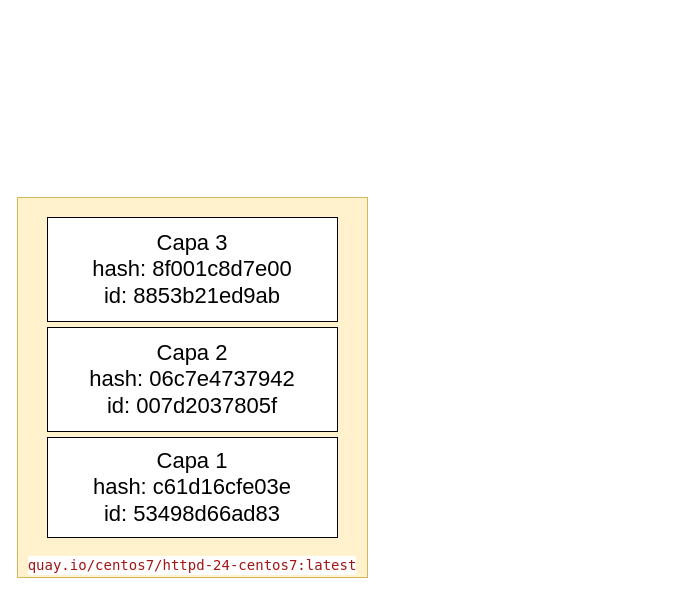
Earlier version of the draw.io diagram contenido/modulo3/img/images2.drawio (josedom24/curso_podman_ow). Source tidied: cells renumbered, new cells numbered last; positions are measured from the earlier drawing's top-left corner, leaving out a move shared by most shapes. Both pictures are drawn from the tidied source at 100%, with x=0, y=0 at pixel (17, 197).
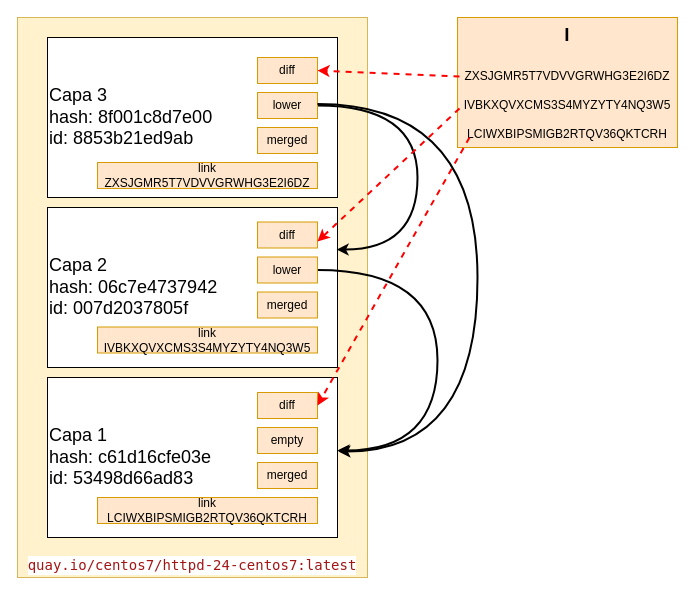
The same diagram, later.

Diff of the diagram source:
```diff
@@
     <mxCell id="2" value="&lt;div style=&quot;color: #000000;background-color: #ffffff;font-family: 'Droid Sans Mono', 'monospace', monospace;font-weight: normal;font-size: 14px;line-height: 19px;white-space: pre;&quot;&gt;&lt;div&gt;&lt;span style=&quot;color: #a31515;&quot;&gt;quay.io/centos7/httpd-24-centos7:latest&lt;/span&gt;&lt;/div&gt;&lt;/div&gt;" style="rounded=0;whiteSpace=wrap;html=1;fillColor=#fff2cc;strokeColor=#d6b656;verticalAlign=bottom;" parent="1" vertex="1">
-      <mxGeometry width="350" height="380" as="geometry" />
+      <mxGeometry y="-180" width="350" height="560" as="geometry" />
     </mxCell>
-    <mxCell id="3" value="&lt;div style=&quot;font-size: 22px;&quot;&gt;Capa 1&lt;/div&gt;&lt;div style=&quot;font-size: 22px;&quot;&gt;hash: c61d16cfe03e&lt;/div&gt;&lt;div&gt;id: 53498d66ad83&lt;/div&gt;" style="rounded=0;whiteSpace=wrap;html=1;align=center;fontSize=22;" parent="1" vertex="1">
-      <mxGeometry x="30" y="240" width="290" height="100" as="geometry" />
+    <mxCell id="3" value="&lt;div style=&quot;font-size: 18px;&quot;&gt;Capa 1&lt;/div&gt;&lt;div style=&quot;font-size: 18px;&quot;&gt;hash: c61d16cfe03e&lt;/div&gt;&lt;div style=&quot;font-size: 18px;&quot;&gt;id: 53498d66ad83&lt;/div&gt;" style="rounded=0;whiteSpace=wrap;html=1;align=left;fontSize=18;" parent="1" vertex="1">
+      <mxGeometry x="30" y="180" width="290" height="160" as="geometry" />
     </mxCell>
-    <mxCell id="4" value="&lt;div style=&quot;font-size: 22px;&quot;&gt;Capa 2&lt;br style=&quot;font-size: 22px;&quot;&gt;&lt;/div&gt;&lt;div style=&quot;font-size: 22px;&quot;&gt;hash: 06c7e4737942&lt;/div&gt;&lt;div&gt;id: 007d2037805f&lt;/div&gt;" style="rounded=0;whiteSpace=wrap;html=1;align=center;fontSize=22;" parent="1" vertex="1">
-      <mxGeometry x="30" y="130" width="290" height="104" as="geometry" />
+    <mxCell id="4" value="&lt;div style=&quot;font-size: 18px;&quot;&gt;Capa 2&lt;br style=&quot;font-size: 18px;&quot;&gt;&lt;/div&gt;&lt;div style=&quot;font-size: 18px;&quot;&gt;hash: 06c7e4737942&lt;/div&gt;&lt;div style=&quot;font-size: 18px;&quot;&gt;id: 007d2037805f&lt;/div&gt;" style="rounded=0;whiteSpace=wrap;html=1;align=left;fontSize=18;" parent="1" vertex="1">
+      <mxGeometry x="30" y="10" width="290" height="160" as="geometry" />
     </mxCell>
-    <mxCell id="5" value="&lt;div style=&quot;font-size: 22px;&quot;&gt;Capa 3&lt;br style=&quot;font-size: 22px;&quot;&gt;&lt;/div&gt;&lt;div style=&quot;font-size: 22px;&quot;&gt;hash: 8f001c8d7e00&lt;/div&gt;&lt;div style=&quot;font-size: 22px;&quot;&gt;id: 8853b21ed9ab&lt;/div&gt;" style="rounded=0;whiteSpace=wrap;html=1;align=center;fontSize=22;" parent="1" vertex="1">
-      <mxGeometry x="30" y="20" width="290" height="104" as="geometry" />
+    <mxCell id="5" value="&lt;div style=&quot;font-size: 18px;&quot;&gt;Capa 3&lt;br style=&quot;font-size: 18px;&quot;&gt;&lt;/div&gt;&lt;div style=&quot;font-size: 18px;&quot;&gt;hash: 8f001c8d7e00&lt;/div&gt;&lt;div style=&quot;font-size: 18px;&quot;&gt;id: 8853b21ed9ab&lt;/div&gt;" style="rounded=0;whiteSpace=wrap;html=1;align=left;fontSize=18;" parent="1" vertex="1">
+      <mxGeometry x="30" y="-160" width="290" height="160" as="geometry" />
     </mxCell>
+    <mxCell id="6" value="diff" style="rounded=0;whiteSpace=wrap;html=1;fillColor=#ffe6cc;strokeColor=#d79b00;" parent="1" vertex="1">
+      <mxGeometry x="240" y="195" width="60" height="26" as="geometry" />
+    </mxCell>
+    <mxCell id="7" value="empty" style="rounded=0;whiteSpace=wrap;html=1;fillColor=#ffe6cc;strokeColor=#d79b00;" parent="1" vertex="1">
+      <mxGeometry x="240" y="230" width="60" height="26" as="geometry" />
+    </mxCell>
+    <mxCell id="8" value="merged" style="rounded=0;whiteSpace=wrap;html=1;fillColor=#ffe6cc;strokeColor=#d79b00;" parent="1" vertex="1">
+      <mxGeometry x="240" y="265" width="60" height="26" as="geometry" />
+    </mxCell>
+    <mxCell id="9" value="&lt;div&gt;link&lt;/div&gt;&lt;div&gt;LCIWXBIPSMIGB2RTQV36QKTCRH&lt;/div&gt;" style="rounded=0;whiteSpace=wrap;html=1;fillColor=#ffe6cc;strokeColor=#d79b00;" parent="1" vertex="1">
+      <mxGeometry x="80" y="300" width="220" height="26" as="geometry" />
+    </mxCell>
+    <mxCell id="10" value="diff" style="rounded=0;whiteSpace=wrap;html=1;fillColor=#ffe6cc;strokeColor=#d79b00;" parent="1" vertex="1">
+      <mxGeometry x="240" y="24.5" width="60" height="26" as="geometry" />
+    </mxCell>
+    <mxCell id="11" style="edgeStyle=orthogonalEdgeStyle;rounded=0;jettySize=auto;html=1;entryX=1;entryY=0.456;entryDx=0;entryDy=0;entryPerimeter=0;strokeWidth=2;curved=1;" parent="1" edge="1" source="12" target="3">
+      <mxGeometry relative="1" as="geometry">
+        <Array as="points">
+          <mxPoint x="420" y="73" />
+          <mxPoint x="420" y="253" />
+        </Array>
+      </mxGeometry>
+    </mxCell>
+    <mxCell id="12" value="lower" style="rounded=0;whiteSpace=wrap;html=1;fillColor=#ffe6cc;strokeColor=#d79b00;" parent="1" vertex="1">
+      <mxGeometry x="240" y="59.5" width="60" height="26" as="geometry" />
+    </mxCell>
+    <mxCell id="13" value="merged" style="rounded=0;whiteSpace=wrap;html=1;fillColor=#ffe6cc;strokeColor=#d79b00;" parent="1" vertex="1">
+      <mxGeometry x="240" y="94.5" width="60" height="26" as="geometry" />
+    </mxCell>
+    <mxCell id="14" value="&lt;div&gt;link&lt;/div&gt;&lt;div&gt;IVBKXQVXCMS3S4MYZYTY4NQ3W5&lt;/div&gt;" style="rounded=0;whiteSpace=wrap;html=1;fillColor=#ffe6cc;strokeColor=#d79b00;" parent="1" vertex="1">
+      <mxGeometry x="80" y="129.5" width="220" height="26" as="geometry" />
+    </mxCell>
+    <mxCell id="15" value="diff" style="rounded=0;whiteSpace=wrap;html=1;fillColor=#ffe6cc;strokeColor=#d79b00;" parent="1" vertex="1">
+      <mxGeometry x="240" y="-140" width="60" height="26" as="geometry" />
+    </mxCell>
+    <mxCell id="16" style="edgeStyle=orthogonalEdgeStyle;rounded=0;jettySize=auto;html=1;entryX=0.997;entryY=0.388;entryDx=0;entryDy=0;entryPerimeter=0;strokeWidth=2;exitX=1;exitY=0.5;exitDx=0;exitDy=0;curved=1;endSize=6;" parent="1" edge="1" source="17">
+      <mxGeometry relative="1" as="geometry">
+        <mxPoint x="319.1" y="52.1" as="targetPoint" />
+        <Array as="points">
+          <mxPoint x="400" y="-92" />
+          <mxPoint x="400" y="52" />
+        </Array>
+      </mxGeometry>
+    </mxCell>
+    <mxCell id="17" value="lower" style="rounded=0;whiteSpace=wrap;html=1;fillColor=#ffe6cc;strokeColor=#d79b00;" parent="1" vertex="1">
+      <mxGeometry x="240" y="-105" width="60" height="26" as="geometry" />
+    </mxCell>
+    <mxCell id="18" value="merged" style="rounded=0;whiteSpace=wrap;html=1;fillColor=#ffe6cc;strokeColor=#d79b00;" parent="1" vertex="1">
+      <mxGeometry x="240" y="-70" width="60" height="26" as="geometry" />
+    </mxCell>
+    <mxCell id="19" value="&lt;div&gt;link&lt;/div&gt;&lt;div&gt;ZXSJGMR5T7VDVVGRWHG3E2I6DZ&lt;/div&gt;" style="rounded=0;whiteSpace=wrap;html=1;fillColor=#ffe6cc;strokeColor=#d79b00;" parent="1" vertex="1">
+      <mxGeometry x="80" y="-35" width="220" height="26" as="geometry" />
+    </mxCell>
+    <mxCell id="20" value="&lt;div&gt;&lt;b&gt;&lt;font style=&quot;font-size: 19px;&quot;&gt;l&lt;/font&gt;&lt;/b&gt;&lt;/div&gt;&lt;div&gt;&lt;b&gt;&lt;font style=&quot;font-size: 19px;&quot;&gt;&lt;br&gt;&lt;/font&gt;&lt;/b&gt;&lt;/div&gt;&lt;div&gt;ZXSJGMR5T7VDVVGRWHG3E2I6DZ&lt;/div&gt;&lt;div&gt;&lt;br&gt;&lt;/div&gt;&lt;div&gt;IVBKXQVXCMS3S4MYZYTY4NQ3W5&lt;/div&gt;&lt;div&gt;&lt;br&gt;&lt;/div&gt;&lt;div&gt;LCIWXBIPSMIGB2RTQV36QKTCRH&lt;/div&gt;" style="rounded=0;whiteSpace=wrap;html=1;fillColor=#ffe6cc;strokeColor=#d79b00;" parent="1" vertex="1">
+      <mxGeometry x="440" y="-180" width="220" height="130" as="geometry" />
+    </mxCell>
+    <mxCell id="21" style="edgeStyle=none;jettySize=auto;html=1;rounded=0;entryX=1;entryY=0.5;entryDx=0;entryDy=0;exitX=0.009;exitY=0.454;exitDx=0;exitDy=0;exitPerimeter=0;strokeWidth=2;strokeColor=#FF0000;dashed=1;" parent="1" edge="1" source="20" target="15">
+      <mxGeometry relative="1" as="geometry" />
+    </mxCell>
+    <mxCell id="22" style="edgeStyle=none;jettySize=auto;html=1;rounded=0;entryX=1;entryY=0.75;entryDx=0;entryDy=0;exitX=0.009;exitY=0.454;exitDx=0;exitDy=0;exitPerimeter=0;strokeWidth=2;strokeColor=#FF0000;dashed=1;" parent="1" edge="1" target="10">
+      <mxGeometry relative="1" as="geometry">
+        <mxPoint x="442" y="-89" as="sourcePoint" />
+      </mxGeometry>
+    </mxCell>
+    <mxCell id="23" style="edgeStyle=none;jettySize=auto;html=1;rounded=0;entryX=1;entryY=0.5;entryDx=0;entryDy=0;exitX=0.009;exitY=0.454;exitDx=0;exitDy=0;exitPerimeter=0;strokeWidth=2;strokeColor=#FF0000;dashed=1;" parent="1" edge="1" target="6">
+      <mxGeometry relative="1" as="geometry">
+        <mxPoint x="452" y="-60" as="sourcePoint" />
+      </mxGeometry>
+    </mxCell>
+    <mxCell id="24" style="edgeStyle=orthogonalEdgeStyle;rounded=0;jettySize=auto;html=1;entryX=1.003;entryY=0.463;entryDx=0;entryDy=0;entryPerimeter=0;strokeWidth=2;exitX=1;exitY=0.5;exitDx=0;exitDy=0;curved=1;endSize=6;" parent="1" edge="1" target="3">
+      <mxGeometry relative="1" as="geometry">
+        <mxPoint x="300" y="-93.6" as="sourcePoint" />
+        <Array as="points">
+          <mxPoint x="460" y="-94" />
+          <mxPoint x="460" y="254" />
+        </Array>
+      </mxGeometry>
+    </mxCell>
```
